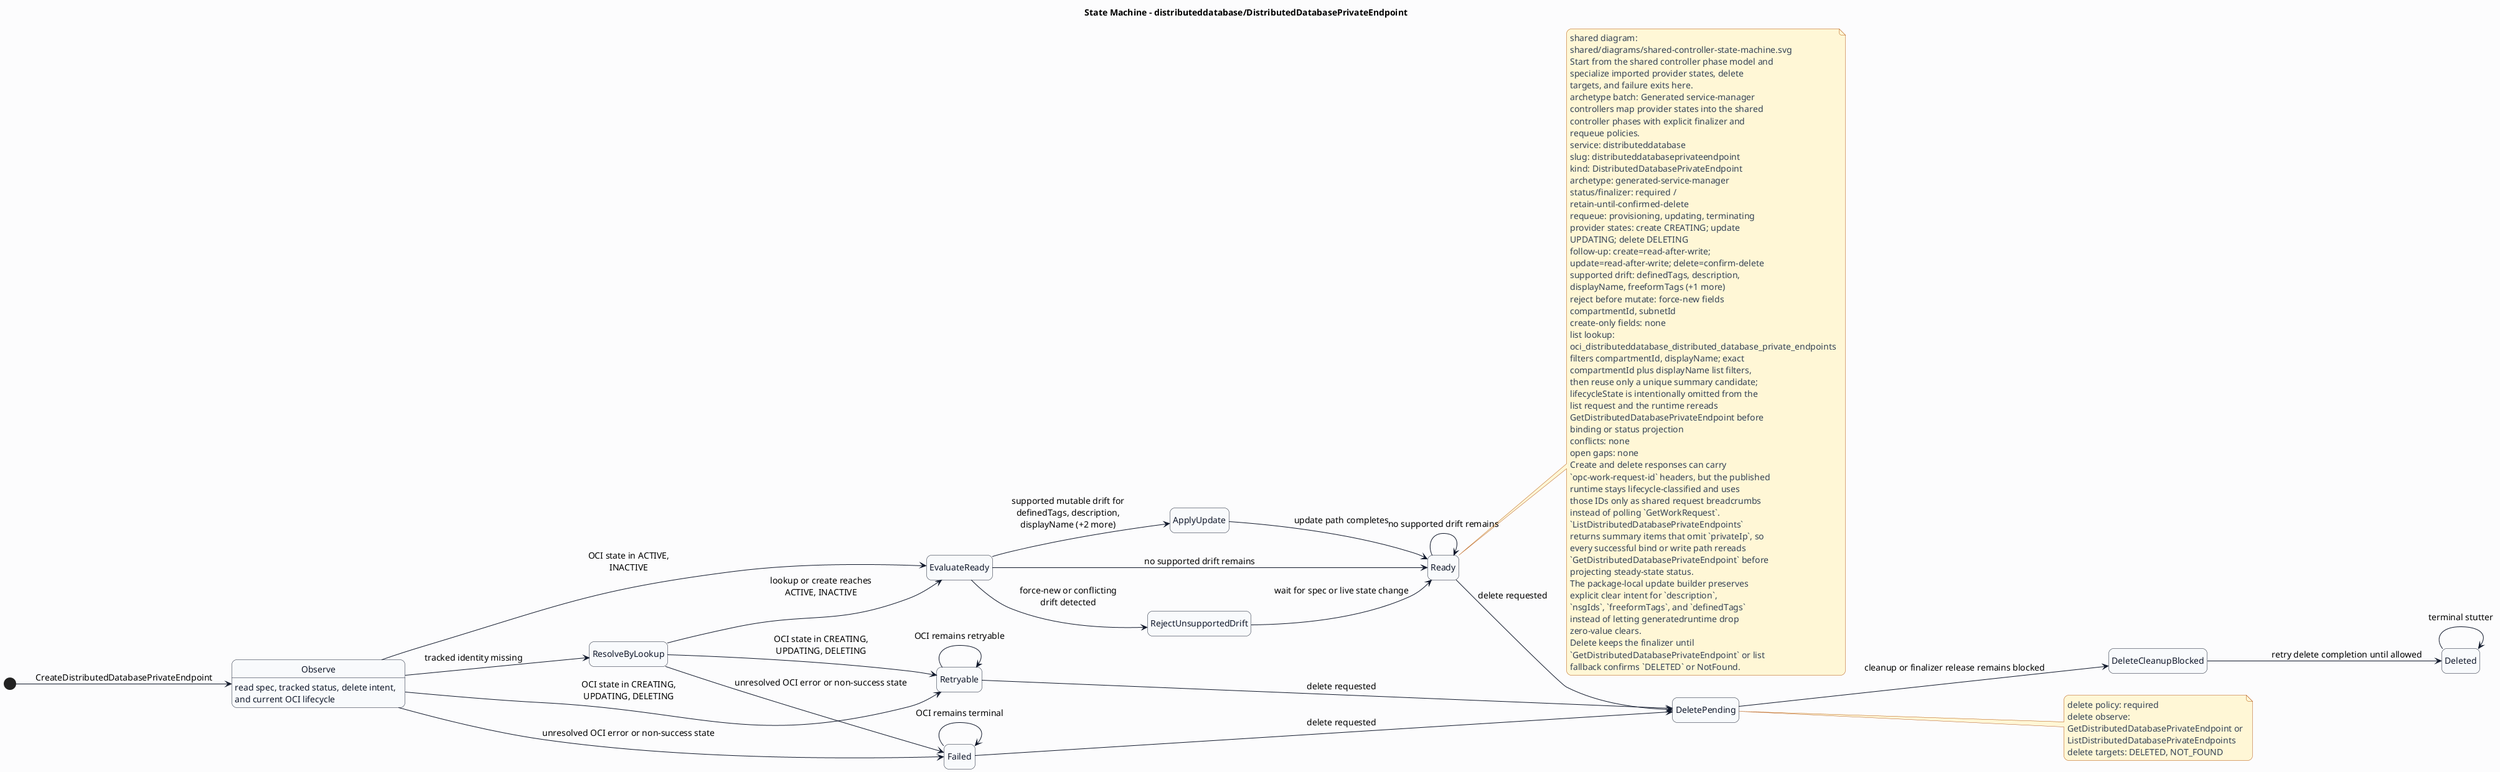
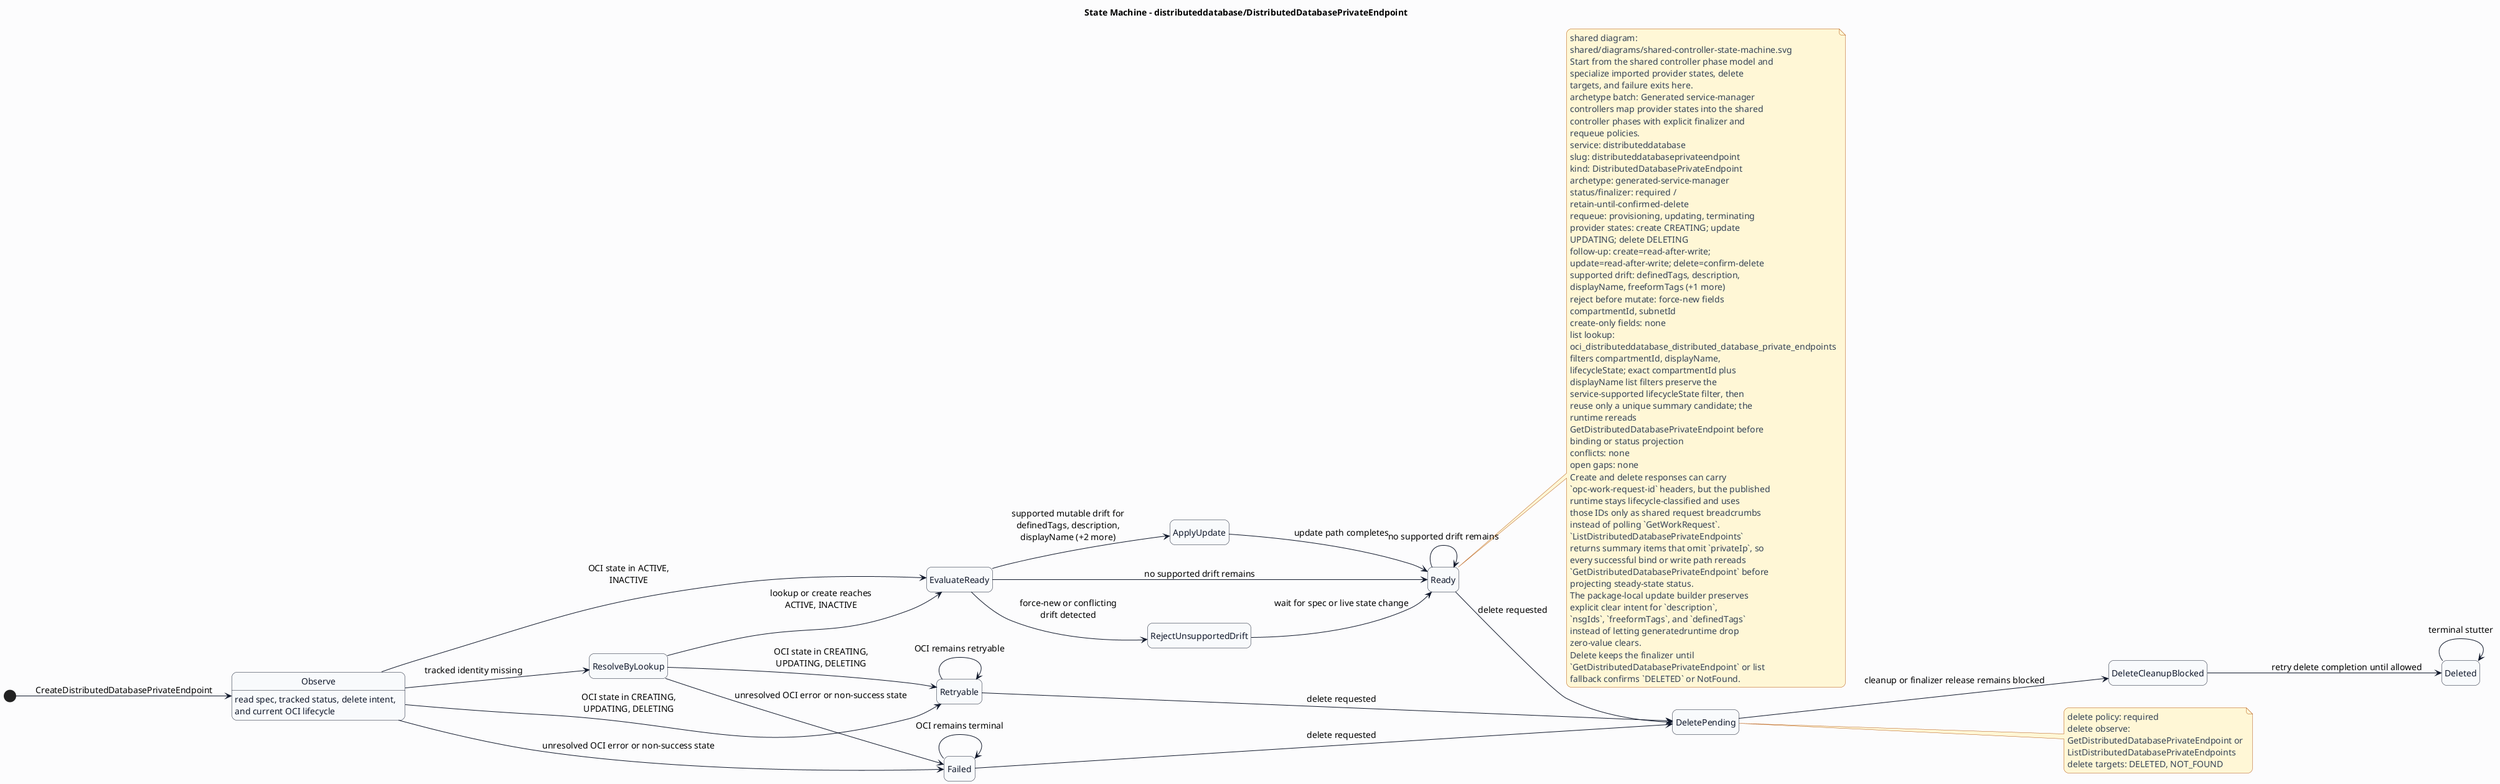
@startuml
skinparam shadowing false
skinparam backgroundColor #fcfcfd
skinparam defaultFontName Helvetica
skinparam defaultFontSize 14
skinparam arrowColor #0f172a
skinparam noteBackgroundColor #fff7d6
skinparam noteBorderColor #b45309
skinparam noteFontColor #334155
skinparam roundcorner 16
title State Machine - distributeddatabase/DistributedDatabasePrivateEndpoint
skinparam state {
  backgroundColor #f8fafc
  borderColor #0f172a
  fontColor #0f172a
  startColor #1d4ed8
  endColor #0f172a
}
left to right direction
hide empty description
state "Observe" as observe
state "EvaluateReady" as evaluate_ready
state "Ready" as ready
state "Retryable" as retryable
state "Failed" as failed
observe : read spec, tracked status, delete intent,\nand current OCI lifecycle
state "ResolveByLookup" as resolve_by_lookup
state "RejectUnsupportedDrift" as reject_unsupported_drift
state "ApplyUpdate" as apply_update
state "DeletePending" as delete_pending
state "Deleted" as deleted
state "DeleteCleanupBlocked" as delete_cleanup_blocked
[*] --> observe : CreateDistributedDatabasePrivateEndpoint
observe --> resolve_by_lookup : tracked identity missing
resolve_by_lookup --> evaluate_ready : lookup or create reaches\nACTIVE, INACTIVE
resolve_by_lookup --> retryable : OCI state in CREATING,\nUPDATING, DELETING
resolve_by_lookup --> failed : unresolved OCI error or non-success state
observe --> evaluate_ready : OCI state in ACTIVE,\nINACTIVE
observe --> retryable : OCI state in CREATING,\nUPDATING, DELETING
observe --> failed : unresolved OCI error or non-success state
evaluate_ready --> reject_unsupported_drift : force-new or conflicting\ndrift detected
reject_unsupported_drift --> ready : wait for spec or live state change
evaluate_ready --> apply_update : supported mutable drift for\ndefinedTags, description,\ndisplayName (+2 more)
apply_update --> ready : update path completes
evaluate_ready --> ready : no supported drift remains
ready --> ready : no supported drift remains
retryable --> retryable : OCI remains retryable
failed --> failed : OCI remains terminal
ready --> delete_pending : delete requested
retryable --> delete_pending : delete requested
failed --> delete_pending : delete requested
delete_pending --> delete_cleanup_blocked : cleanup or finalizer release remains blocked
delete_cleanup_blocked --> deleted : retry delete completion until allowed
deleted --> deleted : terminal stutter
note right of ready
shared diagram:
shared/diagrams/shared-controller-state-machine.svg
Start from the shared controller phase model and
specialize imported provider states, delete
targets, and failure exits here.
archetype batch: Generated service-manager
controllers map provider states into the shared
controller phases with explicit finalizer and
requeue policies.
service: distributeddatabase
slug: distributeddatabaseprivateendpoint
kind: DistributedDatabasePrivateEndpoint
archetype: generated-service-manager
status/finalizer: required /
retain-until-confirmed-delete
requeue: provisioning, updating, terminating
provider states: create CREATING; update
UPDATING; delete DELETING
follow-up: create=read-after-write;
update=read-after-write; delete=confirm-delete
supported drift: definedTags, description,
displayName, freeformTags (+1 more)
reject before mutate: force-new fields
compartmentId, subnetId
create-only fields: none
list lookup:
oci_distributeddatabase_distributed_database_private_endpoints
- filters compartmentId, displayName; exact
- compartmentId plus displayName list filters,
- then reuse only a unique summary candidate;
- lifecycleState is intentionally omitted from the
- list request and the runtime rereads
+ filters compartmentId, displayName,
+ lifecycleState; exact compartmentId plus
+ displayName list filters preserve the
+ service-supported lifecycleState filter, then
+ reuse only a unique summary candidate; the
+ runtime rereads
GetDistributedDatabasePrivateEndpoint before
binding or status projection
conflicts: none
open gaps: none
Create and delete responses can carry
`opc-work-request-id` headers, but the published
runtime stays lifecycle-classified and uses
those IDs only as shared request breadcrumbs
instead of polling `GetWorkRequest`.
`ListDistributedDatabasePrivateEndpoints`
returns summary items that omit `privateIp`, so
every successful bind or write path rereads
`GetDistributedDatabasePrivateEndpoint` before
projecting steady-state status.
The package-local update builder preserves
explicit clear intent for `description`,
`nsgIds`, `freeformTags`, and `definedTags`
instead of letting generatedruntime drop
zero-value clears.
Delete keeps the finalizer until
`GetDistributedDatabasePrivateEndpoint` or list
fallback confirms `DELETED` or NotFound.
end note
note right of delete_pending
delete policy: required
delete observe:
GetDistributedDatabasePrivateEndpoint or
ListDistributedDatabasePrivateEndpoints
delete targets: DELETED, NOT_FOUND
end note
@enduml
